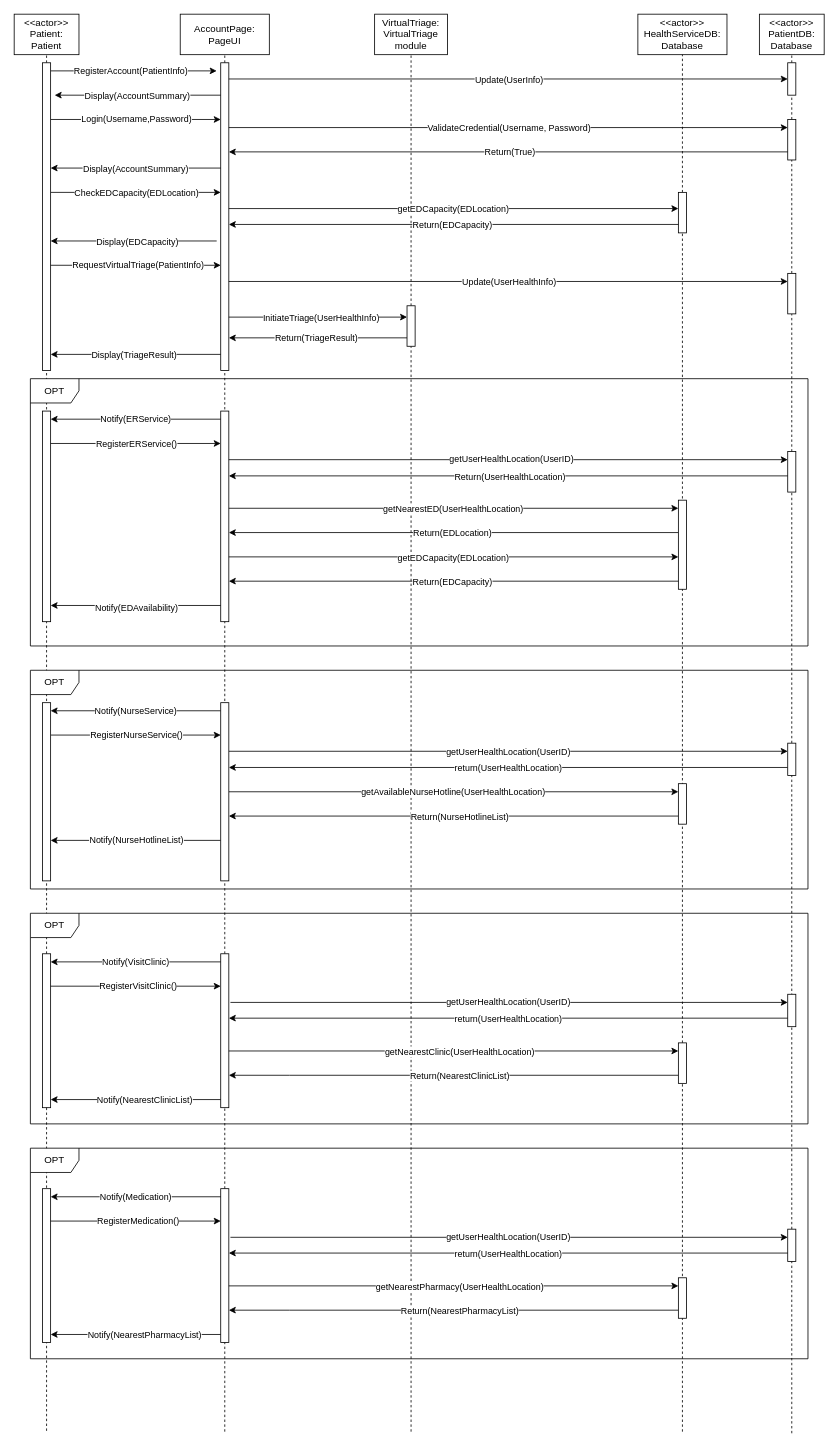
Above: general_sequence_diagram.drawio in uvic-teach/project-m1-team8 (draw.io), before the change. Source tidied: cells renumbered, new cells numbered last; positions are measured from the earlier drawing's top-left corner, leaving out a move shared by most shapes. Both pictures are drawn from the tidied source at 81%, with x=0, y=0 at pixel (14, 14).
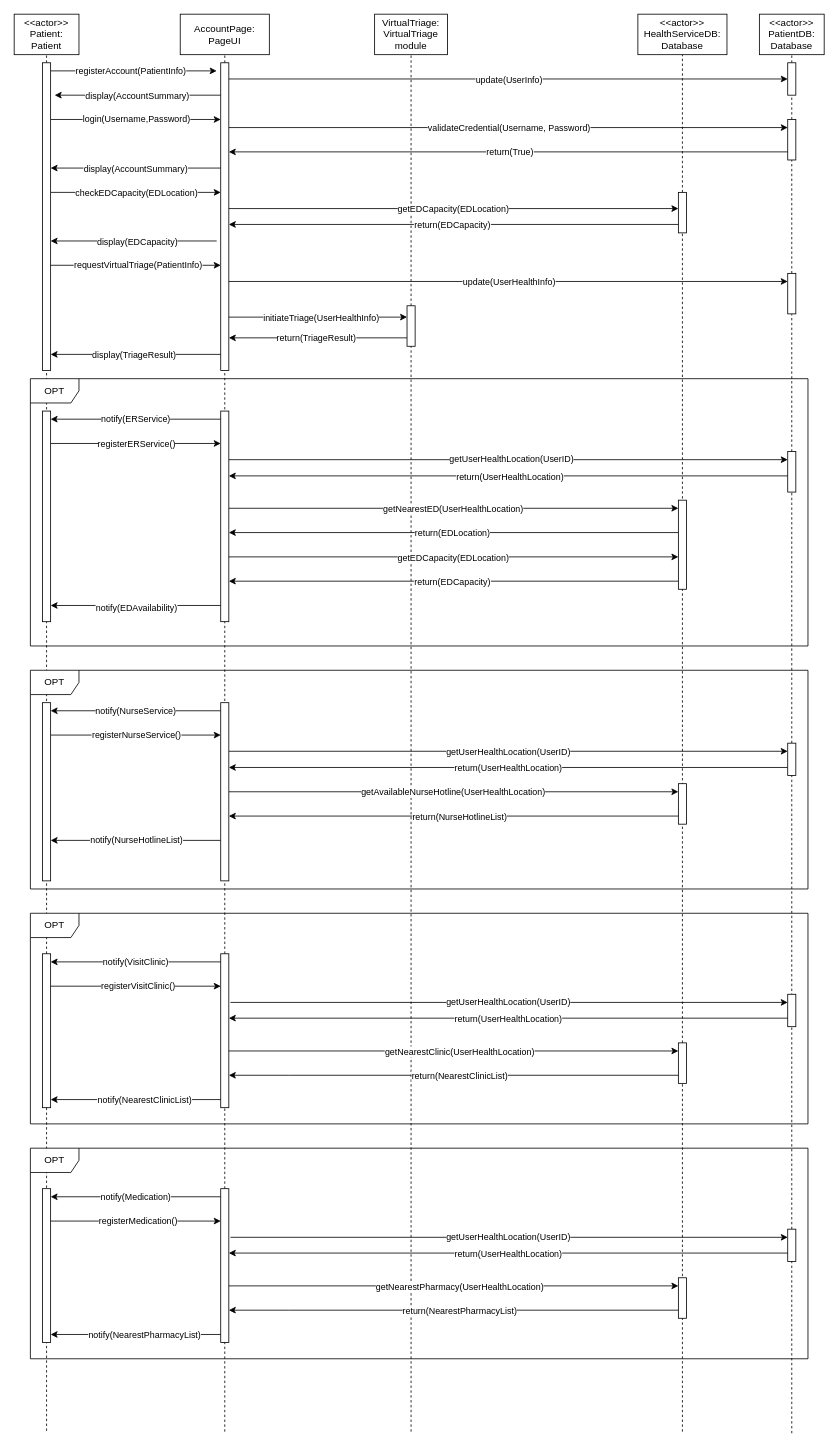
Above is the later version.

Unchanged cells that the change refers to:
```xml
<mxCell id="14" style="endArrow=classic;html=1;rounded=0;" parent="1" edge="1">
<mxCell id="16" style="endArrow=classic;html=1;rounded=0;" parent="1" edge="1" target="11">
<mxCell id="18" style="endArrow=classic;html=1;rounded=0;" parent="1" edge="1">
<mxCell id="20" style="endArrow=classic;html=1;rounded=0;" parent="1" edge="1" source="43">
<mxCell id="22" style="endArrow=classic;html=1;rounded=0;" parent="1" edge="1" target="25">
<mxCell id="26" style="endArrow=classic;html=1;rounded=0;" parent="1" edge="1" source="25">
<mxCell id="28" style="endArrow=classic;html=1;rounded=0;" parent="1" edge="1" target="43">
<mxCell id="32" style="endArrow=classic;html=1;rounded=0;" parent="1" edge="1" source="43">
<mxCell id="38" style="endArrow=classic;html=1;rounded=0;" parent="1" edge="1">
<mxCell id="40" style="endArrow=classic;html=1;rounded=0;" parent="1" edge="1">
<mxCell id="44" style="endArrow=classic;html=1;rounded=0;" parent="1" edge="1" target="7">
<mxCell id="46" style="endArrow=classic;html=1;rounded=0;" parent="1" edge="1" target="49">
<mxCell id="50" style="endArrow=classic;html=1;rounded=0;entryX=-0.5;entryY=0.26;entryDx=0;entryDy=0;entryPerimeter=0;" parent="1" edge="1" source="7">
<mxCell id="54" style="endArrow=classic;html=1;rounded=0;" parent="1" edge="1" source="53">
<mxCell id="56" style="endArrow=classic;html=1;rounded=0;" parent="1" edge="1" target="43">
<mxCell id="62" style="endArrow=classic;html=1;rounded=0;" parent="1" edge="1">
<mxCell id="70" style="endArrow=classic;html=1;rounded=0;" parent="1" edge="1">
<mxCell id="72" style="endArrow=classic;html=1;rounded=0;" parent="1" edge="1">
<mxCell id="76" style="endArrow=classic;html=1;rounded=0;" parent="1" edge="1" target="85">
<mxCell id="80" style="endArrow=classic;html=1;rounded=0;" parent="1" edge="1" target="85">
<mxCell id="87" style="endArrow=classic;html=1;rounded=0;" parent="1" edge="1">
<mxCell id="91" style="endArrow=classic;html=1;rounded=0;" parent="1" edge="1">
<mxCell id="96" style="endArrow=classic;html=1;rounded=0;" parent="1" edge="1">
<mxCell id="102" style="endArrow=classic;html=1;rounded=0;" parent="1" edge="1" source="60">
<mxCell id="105" style="endArrow=classic;html=1;rounded=0;" parent="1" edge="1" source="59">
<mxCell id="116" style="endArrow=classic;html=1;rounded=0;" parent="1" edge="1" source="85">
<mxCell id="119" style="endArrow=classic;html=1;rounded=0;" parent="1" edge="1" target="127">
<mxCell id="123" style="endArrow=classic;html=1;rounded=0;" parent="1" edge="1" target="127">
<mxCell id="134" style="endArrow=classic;html=1;rounded=0;" parent="1" edge="1" source="127">
```

Diff of the diagram source:
```diff
@@
-    <mxCell id="15" value="RegisterAccount(PatientInfo)" style="edgeLabel;html=1;align=center;verticalAlign=middle;" parent="14" vertex="1">
+    <mxCell id="15" value="registerAccount(PatientInfo)" style="edgeLabel;html=1;align=center;verticalAlign=middle;" parent="14" vertex="1">
       <mxGeometry x="-0.04" y="1" relative="1" as="geometry" />
     </mxCell>
@@
-    <mxCell id="17" value="Update(UserInfo)" style="edgeLabel;html=1;align=center;verticalAlign=middle;" parent="16" vertex="1">
+    <mxCell id="17" value="update(UserInfo)" style="edgeLabel;html=1;align=center;verticalAlign=middle;" parent="16" vertex="1">
       <mxGeometry x="-0.17" y="2" relative="1" as="geometry">
         <mxPoint x="59" y="2" as="offset" />
       </mxGeometry>
     </mxCell>
@@
-    <mxCell id="19" value="Display(AccountSummary)" style="edgeLabel;html=1;align=center;verticalAlign=middle;" parent="18" vertex="1">
+    <mxCell id="19" value="display(AccountSummary)" style="edgeLabel;html=1;align=center;verticalAlign=middle;" parent="18" vertex="1">
       <mxGeometry x="0.32" y="-3" relative="1" as="geometry">
         <mxPoint x="31" y="3" as="offset" />
       </mxGeometry>
     </mxCell>
@@
-    <mxCell id="21" value="Login(Username,Password)" style="edgeLabel;html=1;align=center;verticalAlign=middle;" parent="20" vertex="1">
+    <mxCell id="21" value="login(Username,Password)" style="edgeLabel;html=1;align=center;verticalAlign=middle;" parent="20" vertex="1">
       <mxGeometry x="-0.21" y="3" relative="1" as="geometry">
         <mxPoint x="22" y="1" as="offset" />
       </mxGeometry>
     </mxCell>
@@
-    <mxCell id="23" value="ValidateCredential(Username, Password)" style="edgeLabel;html=1;align=center;verticalAlign=middle;" parent="22" vertex="1">
+    <mxCell id="23" value="validateCredential(Username, Password)" style="edgeLabel;html=1;align=center;verticalAlign=middle;" parent="22" vertex="1">
       <mxGeometry x="-0.28" relative="1" as="geometry">
         <mxPoint x="97" as="offset" />
       </mxGeometry>
     </mxCell>
@@
-    <mxCell id="27" value="Return(True)" style="edgeLabel;html=1;align=center;verticalAlign=middle;" parent="26" vertex="1">
+    <mxCell id="27" value="return(True)" style="edgeLabel;html=1;align=center;verticalAlign=middle;" parent="26" vertex="1">
       <mxGeometry x="0.38" y="-1" relative="1" as="geometry">
         <mxPoint x="132" as="offset" />
       </mxGeometry>
     </mxCell>
@@
-    <mxCell id="29" value="Display(AccountSummary)" style="edgeLabel;html=1;align=center;verticalAlign=middle;" parent="28" vertex="1">
+    <mxCell id="29" value="display(AccountSummary)" style="edgeLabel;html=1;align=center;verticalAlign=middle;" parent="28" vertex="1">
       <mxGeometry x="0.13" y="1" relative="1" as="geometry">
         <mxPoint x="13" y="-1" as="offset" />
       </mxGeometry>
     </mxCell>
@@
-    <mxCell id="33" value="CheckEDCapacity(EDLocation)" style="edgeLabel;html=1;align=center;verticalAlign=middle;" parent="32" vertex="1">
+    <mxCell id="33" value="checkEDCapacity(EDLocation)" style="edgeLabel;html=1;align=center;verticalAlign=middle;" parent="32" vertex="1">
       <mxGeometry x="-0.32" y="1" relative="1" as="geometry">
         <mxPoint x="34" y="1" as="offset" />
       </mxGeometry>
     </mxCell>
@@
-    <mxCell id="39" value="Return(EDCapacity)" style="edgeLabel;html=1;align=center;verticalAlign=middle;" parent="38" vertex="1">
+    <mxCell id="39" value="return(EDCapacity)" style="edgeLabel;html=1;align=center;verticalAlign=middle;" parent="38" vertex="1">
       <mxGeometry x="0.35" y="-3" relative="1" as="geometry">
         <mxPoint x="95" y="3" as="offset" />
       </mxGeometry>
     </mxCell>
@@
-    <mxCell id="41" value="Display(EDCapacity)" style="edgeLabel;html=1;align=center;verticalAlign=middle;" parent="40" vertex="1">
+    <mxCell id="41" value="display(EDCapacity)" style="edgeLabel;html=1;align=center;verticalAlign=middle;" parent="40" vertex="1">
       <mxGeometry x="0.18" y="-2" relative="1" as="geometry">
         <mxPoint x="22" y="2" as="offset" />
       </mxGeometry>
     </mxCell>
@@
-    <mxCell id="45" value="RequestVirtualTriage(PatientInfo)" style="edgeLabel;html=1;align=center;verticalAlign=middle;" parent="44" vertex="1">
+    <mxCell id="45" value="requestVirtualTriage(PatientInfo)" style="edgeLabel;html=1;align=center;verticalAlign=middle;" parent="44" vertex="1">
       <mxGeometry x="-0.27" y="1" relative="1" as="geometry">
         <mxPoint x="30" as="offset" />
       </mxGeometry>
     </mxCell>
@@
-    <mxCell id="47" value="Update(UserHealthInfo)" style="edgeLabel;html=1;align=center;verticalAlign=middle;" parent="46" vertex="1">
+    <mxCell id="47" value="update(UserHealthInfo)" style="edgeLabel;html=1;align=center;verticalAlign=middle;" parent="46" vertex="1">
       <mxGeometry x="-0.4" relative="1" as="geometry">
         <mxPoint x="138" as="offset" />
       </mxGeometry>
     </mxCell>
@@
-    <mxCell id="51" value="InitiateTriage(UserHealthInfo)" style="edgeLabel;html=1;align=center;verticalAlign=middle;" parent="50" vertex="1">
+    <mxCell id="51" value="initiateTriage(UserHealthInfo)" style="edgeLabel;html=1;align=center;verticalAlign=middle;" parent="50" vertex="1">
       <mxGeometry x="-0.27" y="1" relative="1" as="geometry">
         <mxPoint x="33" y="1" as="offset" />
       </mxGeometry>
     </mxCell>
@@
-    <mxCell id="55" value="Return(TriageResult)" style="edgeLabel;html=1;align=center;verticalAlign=middle;" parent="54" vertex="1">
+    <mxCell id="55" value="return(TriageResult)" style="edgeLabel;html=1;align=center;verticalAlign=middle;" parent="54" vertex="1">
       <mxGeometry x="0.03" relative="1" as="geometry" />
     </mxCell>
@@
-    <mxCell id="57" value="Display(TriageResult)" style="edgeLabel;html=1;align=center;verticalAlign=middle;" parent="56" vertex="1">
+    <mxCell id="57" value="display(TriageResult)" style="edgeLabel;html=1;align=center;verticalAlign=middle;" parent="56" vertex="1">
       <mxGeometry x="0.18" relative="1" as="geometry">
         <mxPoint x="16" as="offset" />
       </mxGeometry>
     </mxCell>
@@
-    <mxCell id="61" value="Notify(NurseService)" style="endArrow=classic;html=1;rounded=0;" parent="1" edge="1">
+    <mxCell id="61" value="notify(NurseService)" style="endArrow=classic;html=1;rounded=0;" parent="1" edge="1">
       <mxGeometry relative="1" as="geometry">
         <mxPoint x="255" y="860" as="sourcePoint" />
         <mxPoint x="45" y="860" as="targetPoint" />
       </mxGeometry>
     </mxCell>
@@
-    <mxCell id="63" value="RegisterNurseService()" style="edgeLabel;html=1;align=center;verticalAlign=middle;" parent="62" vertex="1">
+    <mxCell id="63" value="registerNurseService()" style="edgeLabel;html=1;align=center;verticalAlign=middle;" parent="62" vertex="1">
       <mxGeometry x="-0.16" y="1" relative="1" as="geometry">
         <mxPoint x="17" as="offset" />
       </mxGeometry>
     </mxCell>
@@
-    <mxCell id="71" value="Return(NurseHotlineList)" style="edgeLabel;html=1;align=center;verticalAlign=middle;" parent="70" vertex="1">
+    <mxCell id="71" value="return(NurseHotlineList)" style="edgeLabel;html=1;align=center;verticalAlign=middle;" parent="70" vertex="1">
       <mxGeometry x="0.2" y="-4" relative="1" as="geometry">
         <mxPoint x="62" y="4" as="offset" />
       </mxGeometry>
     </mxCell>
@@
-    <mxCell id="73" value="Notify(NurseHotlineList)" style="edgeLabel;html=1;align=center;verticalAlign=middle;" parent="72" vertex="1">
+    <mxCell id="73" value="notify(NurseHotlineList)" style="edgeLabel;html=1;align=center;verticalAlign=middle;" parent="72" vertex="1">
       <mxGeometry x="-0.38" y="-1" relative="1" as="geometry">
         <mxPoint x="-40" as="offset" />
       </mxGeometry>
     </mxCell>
@@
-    <mxCell id="77" value="RegisterVisitClinic()" style="edgeLabel;html=1;align=center;verticalAlign=middle;" parent="76" vertex="1">
+    <mxCell id="77" value="registerVisitClinic()" style="edgeLabel;html=1;align=center;verticalAlign=middle;" parent="76" vertex="1">
       <mxGeometry x="-0.16" y="1" relative="1" as="geometry">
         <mxPoint x="22" as="offset" />
       </mxGeometry>
     </mxCell>
@@
-    <mxCell id="81" value="Return(NearestClinicList)" style="edgeLabel;html=1;align=center;verticalAlign=middle;" parent="80" vertex="1">
+    <mxCell id="81" value="return(NearestClinicList)" style="edgeLabel;html=1;align=center;verticalAlign=middle;" parent="80" vertex="1">
       <mxGeometry x="0.2" y="-4" relative="1" as="geometry">
         <mxPoint x="62" y="4" as="offset" />
       </mxGeometry>
     </mxCell>
@@
-    <mxCell id="86" value="Notify(ERService)" style="endArrow=classic;html=1;rounded=0;" parent="1" edge="1">
+    <mxCell id="86" value="notify(ERService)" style="endArrow=classic;html=1;rounded=0;" parent="1" edge="1">
       <mxGeometry relative="1" as="geometry">
         <mxPoint x="255" y="500" as="sourcePoint" />
         <mxPoint x="45" y="500" as="targetPoint" />
       </mxGeometry>
     </mxCell>
@@
-    <mxCell id="88" value="RegisterERService()" style="edgeLabel;html=1;align=center;verticalAlign=middle;" parent="87" vertex="1">
+    <mxCell id="88" value="registerERService()" style="edgeLabel;html=1;align=center;verticalAlign=middle;" parent="87" vertex="1">
       <mxGeometry x="-0.16" y="1" relative="1" as="geometry">
         <mxPoint x="17" y="1" as="offset" />
       </mxGeometry>
     </mxCell>
@@
-    <mxCell id="92" value="Return(EDLocation)" style="edgeLabel;html=1;align=center;verticalAlign=middle;" parent="91" vertex="1">
+    <mxCell id="92" value="return(EDLocation)" style="edgeLabel;html=1;align=center;verticalAlign=middle;" parent="91" vertex="1">
       <mxGeometry x="0.35" y="-3" relative="1" as="geometry">
         <mxPoint x="95" y="3" as="offset" />
       </mxGeometry>
     </mxCell>
@@
-    <mxCell id="97" value="Return(EDCapacity)" style="edgeLabel;html=1;align=center;verticalAlign=middle;" parent="96" vertex="1">
+    <mxCell id="97" value="return(EDCapacity)" style="edgeLabel;html=1;align=center;verticalAlign=middle;" parent="96" vertex="1">
       <mxGeometry x="0.35" y="-3" relative="1" as="geometry">
         <mxPoint x="95" y="3" as="offset" />
       </mxGeometry>
     </mxCell>
@@
-    <mxCell id="103" value="Return(UserHealthLocation)" style="edgeLabel;html=1;align=center;verticalAlign=middle;" parent="102" vertex="1">
+    <mxCell id="103" value="return(UserHealthLocation)" style="edgeLabel;html=1;align=center;verticalAlign=middle;" parent="102" vertex="1">
       <mxGeometry x="-0.08" relative="1" as="geometry">
         <mxPoint x="-27" as="offset" />
       </mxGeometry>
     </mxCell>
@@
-    <mxCell id="106" value="Notify(EDAvailability)" style="edgeLabel;html=1;align=center;verticalAlign=middle;" parent="105" vertex="1">
+    <mxCell id="106" value="notify(EDAvailability)" style="edgeLabel;html=1;align=center;verticalAlign=middle;" parent="105" vertex="1">
       <mxGeometry x="0.22" y="2" relative="1" as="geometry">
         <mxPoint x="23" as="offset" />
       </mxGeometry>
     </mxCell>
@@
-    <mxCell id="117" value="Notify(NearestClinicList)" style="edgeLabel;html=1;align=center;verticalAlign=middle;" parent="116" vertex="1">
+    <mxCell id="117" value="notify(NearestClinicList)" style="edgeLabel;html=1;align=center;verticalAlign=middle;" parent="116" vertex="1">
       <mxGeometry x="0.14" relative="1" as="geometry">
         <mxPoint x="25" as="offset" />
       </mxGeometry>
     </mxCell>
-    <mxCell id="118" value="Notify(VisitClinic)" style="endArrow=classic;html=1;rounded=0;" parent="1" edge="1">
+    <mxCell id="118" value="notify(VisitClinic)" style="endArrow=classic;html=1;rounded=0;" parent="1" edge="1">
       <mxGeometry relative="1" as="geometry">
         <mxPoint x="255" y="1170" as="sourcePoint" />
         <mxPoint x="45" y="1170" as="targetPoint" />
       </mxGeometry>
     </mxCell>
@@
-    <mxCell id="120" value="RegisterMedication()" style="edgeLabel;html=1;align=center;verticalAlign=middle;" parent="119" vertex="1">
+    <mxCell id="120" value="registerMedication()" style="edgeLabel;html=1;align=center;verticalAlign=middle;" parent="119" vertex="1">
       <mxGeometry x="-0.16" y="1" relative="1" as="geometry">
         <mxPoint x="22" as="offset" />
       </mxGeometry>
     </mxCell>
@@
-    <mxCell id="124" value="Return(NearestPharmacyList)" style="edgeLabel;html=1;align=center;verticalAlign=middle;" parent="123" vertex="1">
+    <mxCell id="124" value="return(NearestPharmacyList)" style="edgeLabel;html=1;align=center;verticalAlign=middle;" parent="123" vertex="1">
       <mxGeometry x="0.2" y="-4" relative="1" as="geometry">
         <mxPoint x="62" y="4" as="offset" />
       </mxGeometry>
     </mxCell>
@@
-    <mxCell id="135" value="Notify(NearestPharmacyList)" style="edgeLabel;html=1;align=center;verticalAlign=middle;" parent="134" vertex="1">
+    <mxCell id="135" value="notify(NearestPharmacyList)" style="edgeLabel;html=1;align=center;verticalAlign=middle;" parent="134" vertex="1">
       <mxGeometry x="0.14" relative="1" as="geometry">
         <mxPoint x="25" as="offset" />
       </mxGeometry>
     </mxCell>
-    <mxCell id="136" value="Notify(Medication)" style="endArrow=classic;html=1;rounded=0;" parent="1" edge="1">
+    <mxCell id="136" value="notify(Medication)" style="endArrow=classic;html=1;rounded=0;" parent="1" edge="1">
       <mxGeometry relative="1" as="geometry">
         <mxPoint x="255" y="1460" as="sourcePoint" />
         <mxPoint x="45" y="1460" as="targetPoint" />
       </mxGeometry>
     </mxCell>
```
